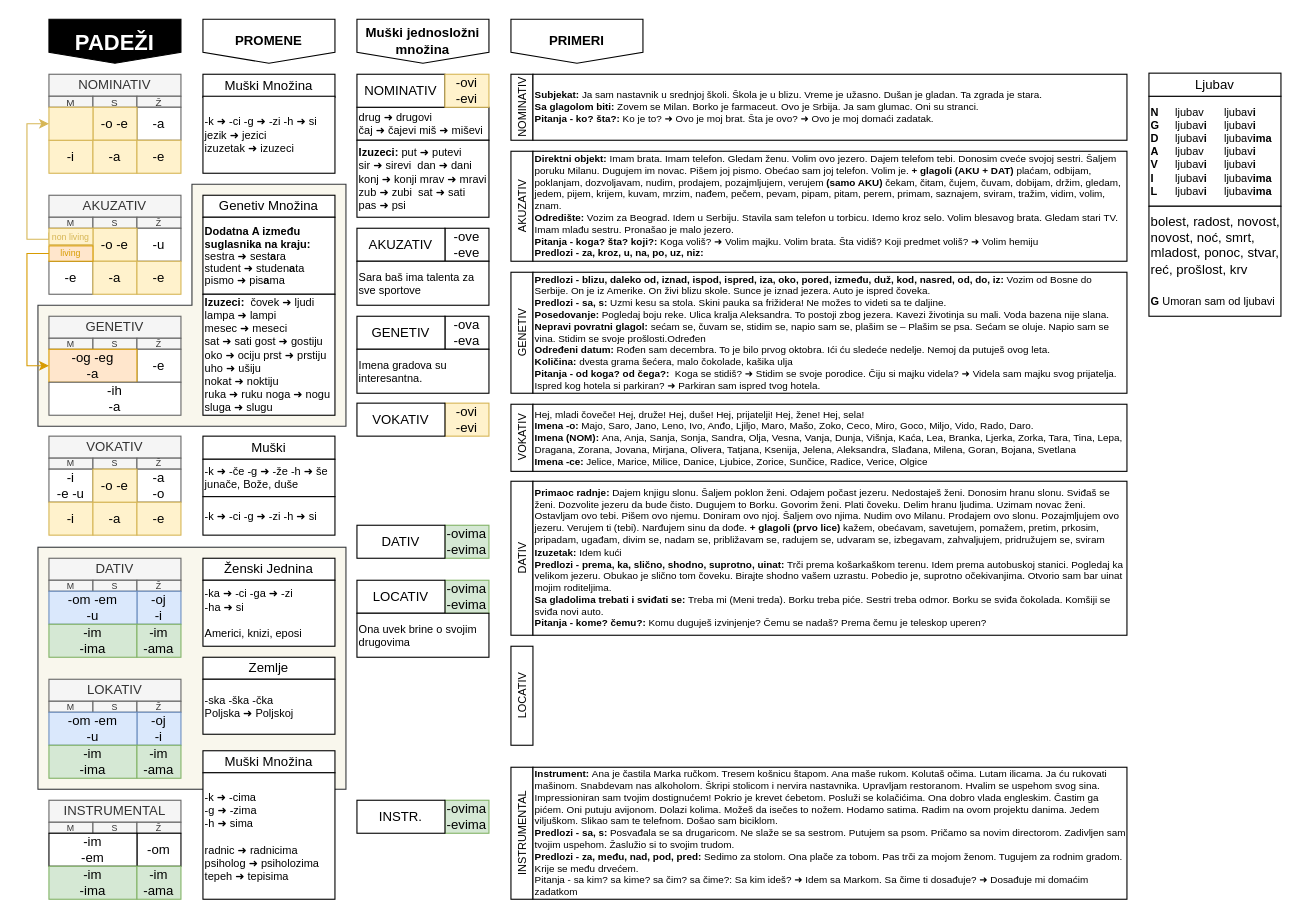
Above: padezi.drawio in vlandivir/srpski (draw.io), before the change. Source tidied: cells renumbered, new cells numbered last; positions are measured from the earlier drawing's top-left corner, leaving out a move shared by most shapes. Both pictures are drawn from the tidied source at 110%, with x=0, y=0 at pixel (26, 19).
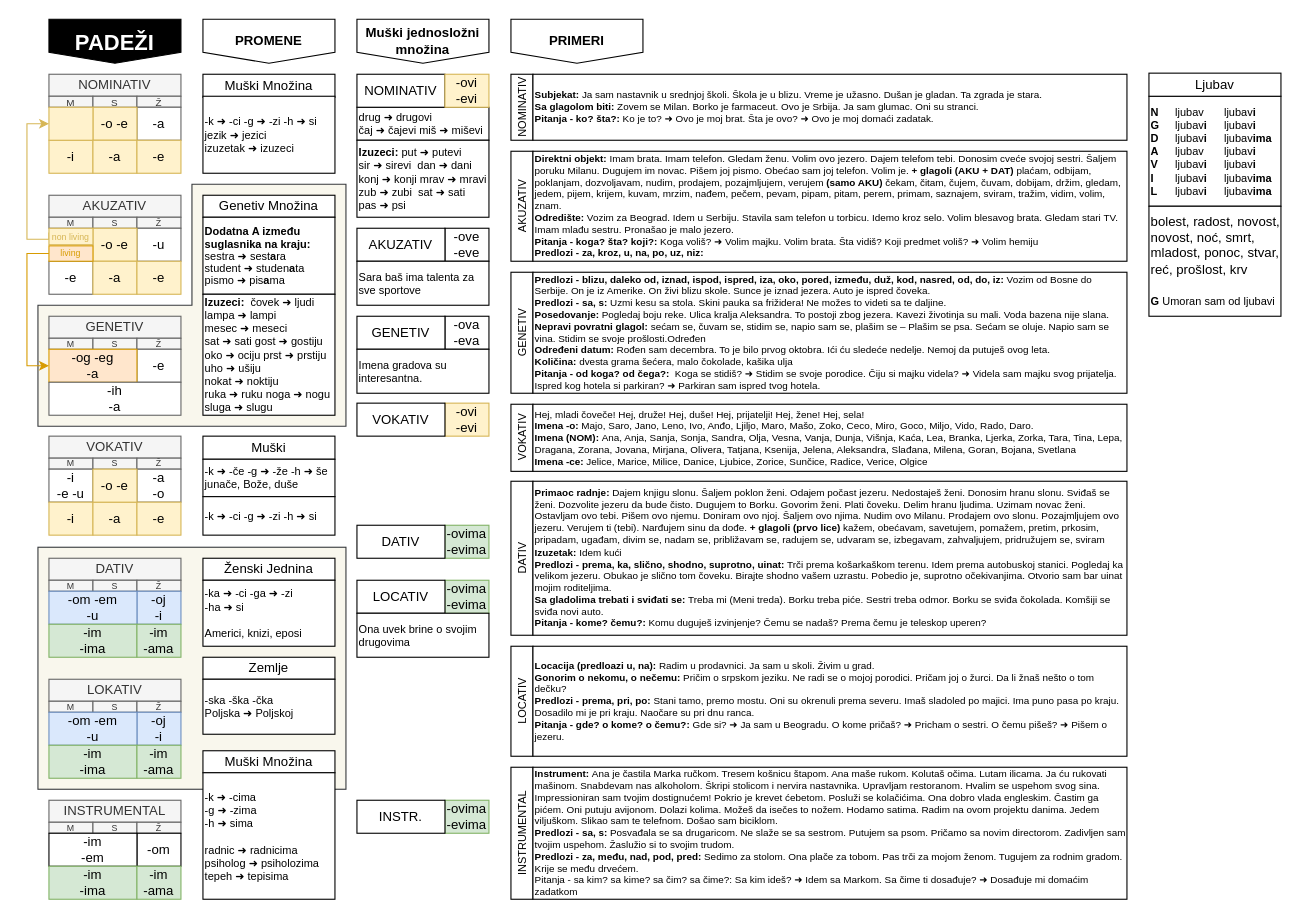
The same diagram, later.

What changed in the source:
```diff
@@
     <mxCell id="100" value="LOCATIV" style="rounded=0;whiteSpace=wrap;html=1;fontSize=10;horizontal=0;" parent="1" vertex="1">
-      <mxGeometry x="440" y="570" width="20" height="90" as="geometry" />
+      <mxGeometry x="440" y="570" width="20" height="100" as="geometry" />
     </mxCell>
@@
+    <mxCell id="121" value="&lt;b style=&quot;font-size: 9px;&quot;&gt;Locacija (predloazi u, na): &lt;/b&gt;&lt;span style=&quot;font-size: 9px;&quot;&gt;Radim u prodavnici. Ja sam u skoli. Živim u grad.&lt;br&gt;&lt;/span&gt;&lt;b style=&quot;font-size: 9px;&quot;&gt;Gonorim o nekomu, o nečemu: &lt;/b&gt;Pričim o srpskom jeziku. Ne radi se o mojoj porodici. Pričam joj o žurci. Da li žnaš nešto o tom dečku?&lt;br&gt;&lt;b style=&quot;font-size: 9px;&quot;&gt;Predlozi - prema, pri, po: &lt;/b&gt;Stani tamo, premo mostu. Oni su okrenuli prema severu. Imaš sladoled po majici. Ima puno pasa po kraju. Dosadilo mi je pri kraju. Naočare su pri dnu ranca.&lt;br&gt;&lt;b style=&quot;font-size: 9px;&quot;&gt;Pitanja - gde? o kome? o čemu?: &lt;/b&gt;Gde si? ➜ Ja sam u Beogradu. O kome pričaš?&amp;nbsp;➜ Pricham o sestri. O čemu pišeš?&amp;nbsp;➜ Pišem o jezeru." style="rounded=0;whiteSpace=wrap;html=1;align=left;fontSize=9;" parent="1" vertex="1">
+      <mxGeometry x="460" y="570" width="540" height="100" as="geometry" />
+    </mxCell>
```
